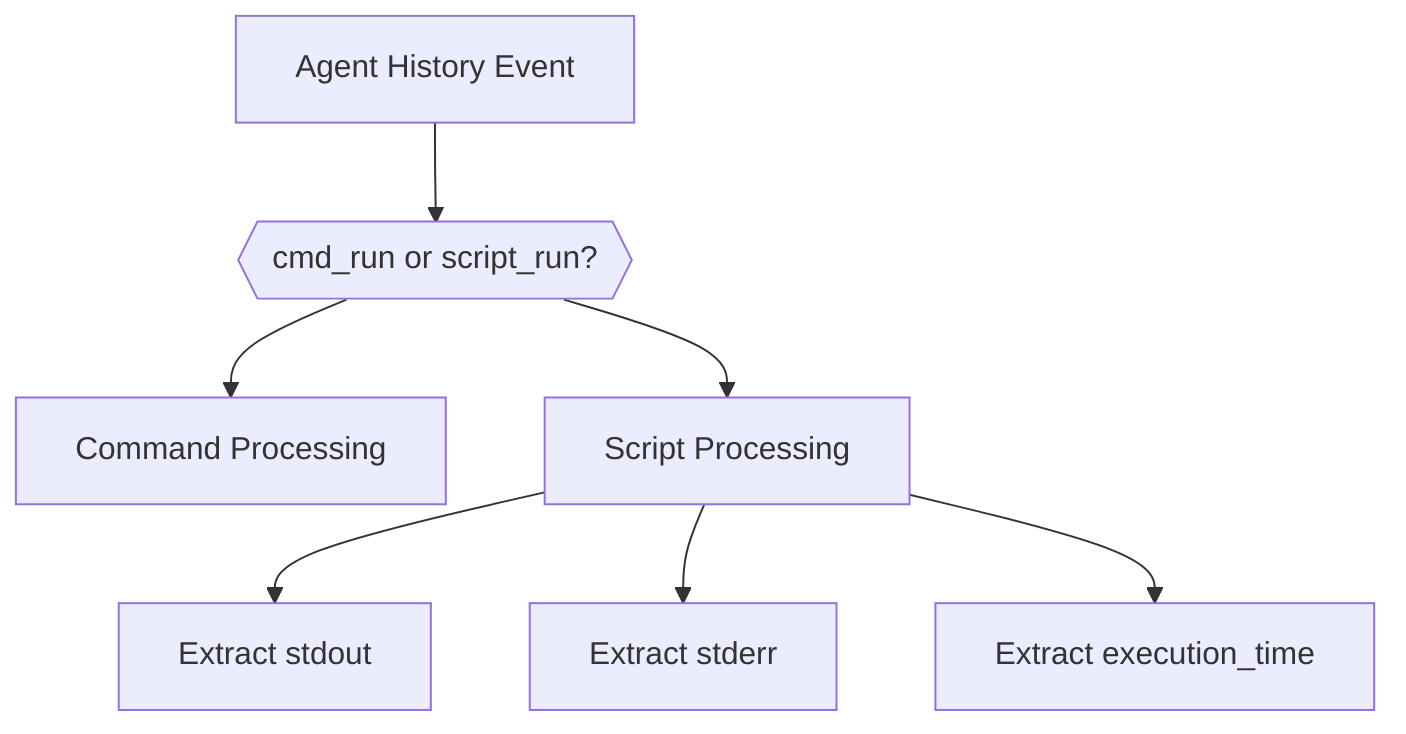
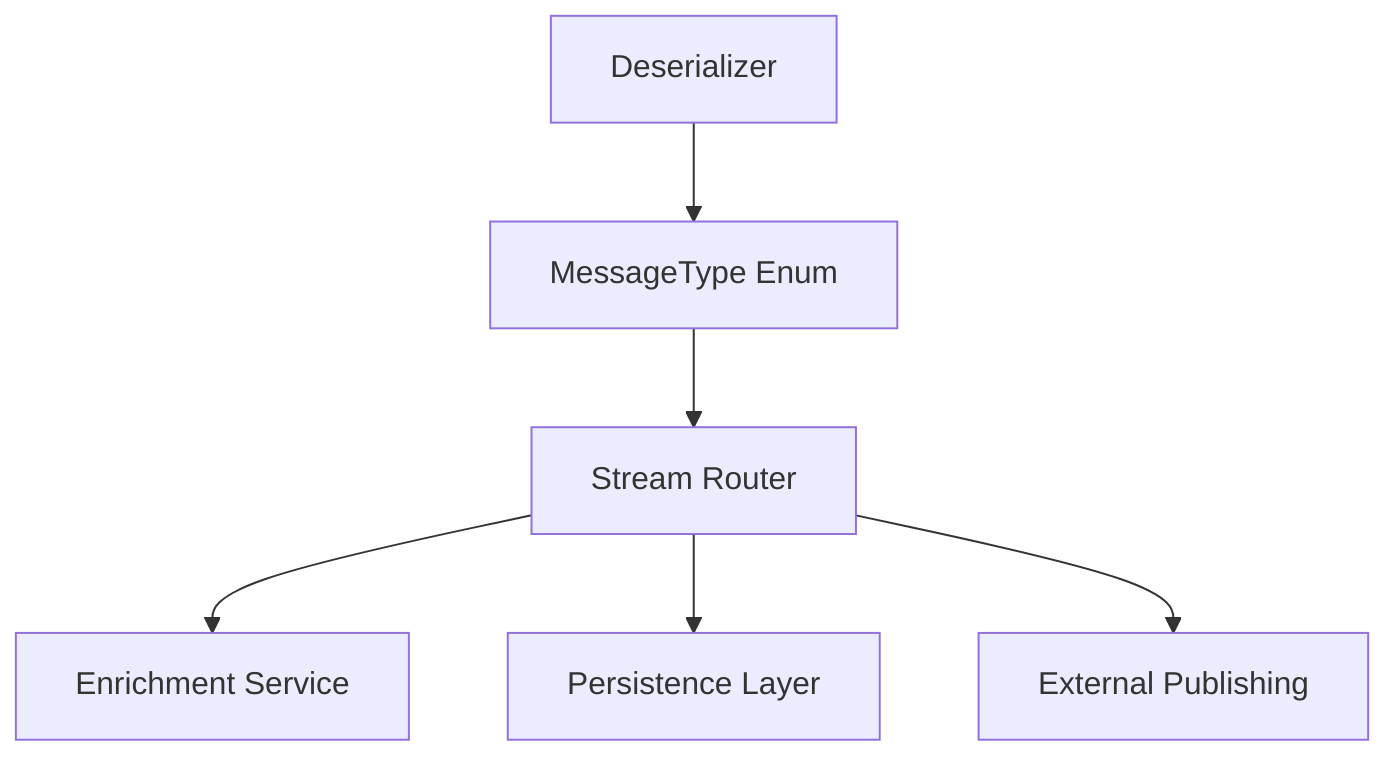
flowchart TD
-     HistoryEvent["Agent History Event"] --> TypeSwitch{{"cmd_run or script_run?"}}
-     TypeSwitch --> Cmd["Command Processing"]
-     TypeSwitch --> Script["Script Processing"]
-     Script --> ExtractStdout["Extract stdout"]
-     Script --> ExtractStderr["Extract stderr"]
-     Script --> ExecutionTime["Extract execution_time"]
+     Deserializer --> MessageTypeEnum["MessageType Enum"]
+     MessageTypeEnum --> Router["Stream Router"]
+     Router --> Enrichment["Enrichment Service"]
+     Router --> Persistence["Persistence Layer"]
+     Router --> ExternalPublish["External Publishing"]
